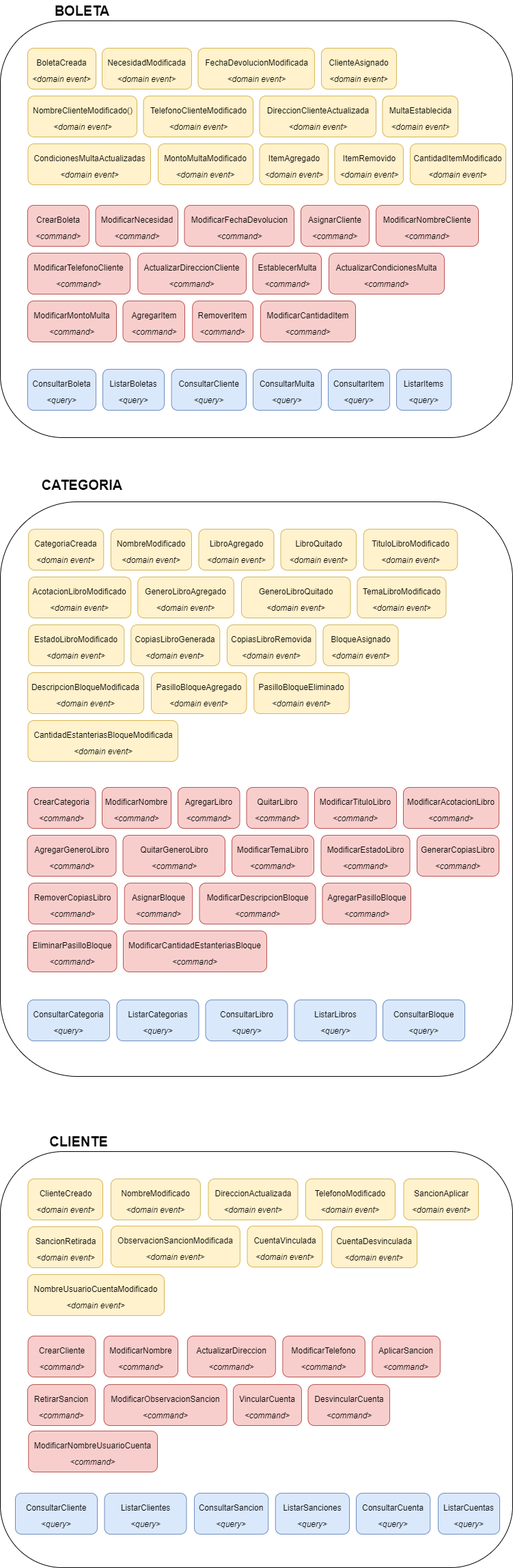
This is Diagrama-Eventos de dominio.png from kitorosano/SOFKA_RetoDDD, a draw.io export, as it was before one commit. Source tidied: cells renumbered, new cells last; positions are measured from the earlier drawing's top-left corner, leaving out a move shared by most shapes.
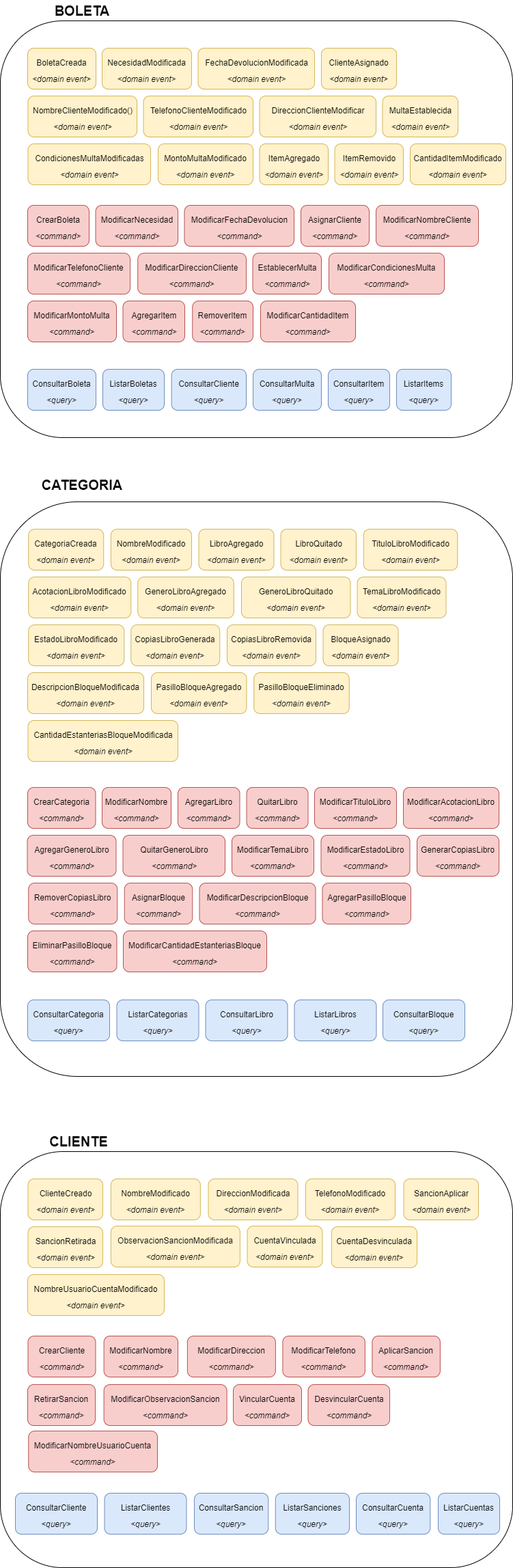
Above is the later version.

Change to the diagram source:
```diff
@@ -26,10 +26,10 @@
     <mxCell id="9" value="&lt;font style=&quot;font-size: 12px&quot;&gt;TelefonoClienteModificado&lt;br&gt;&lt;i&gt;&amp;lt;domain event&amp;gt;&lt;/i&gt;&lt;br&gt;&lt;/font&gt;" style="rounded=1;whiteSpace=wrap;html=1;fontSize=20;fillColor=#fff2cc;strokeColor=#d6b656;" parent="1" vertex="1">
       <mxGeometry x="209.5" y="140" width="160.5" height="60" as="geometry" />
     </mxCell>
-    <mxCell id="10" value="&lt;font style=&quot;font-size: 12px&quot;&gt;DireccionClienteActualizada&lt;br&gt;&lt;i&gt;&amp;lt;domain event&amp;gt;&lt;/i&gt;&lt;br&gt;&lt;/font&gt;" style="rounded=1;whiteSpace=wrap;html=1;fontSize=20;fillColor=#fff2cc;strokeColor=#d6b656;" parent="1" vertex="1">
+    <mxCell id="10" value="&lt;font style=&quot;font-size: 12px&quot;&gt;DireccionClienteModificar&lt;br&gt;&lt;i&gt;&amp;lt;domain event&amp;gt;&lt;/i&gt;&lt;br&gt;&lt;/font&gt;" style="rounded=1;whiteSpace=wrap;html=1;fontSize=20;fillColor=#fff2cc;strokeColor=#d6b656;" parent="1" vertex="1">
       <mxGeometry x="379.5" y="140" width="170.5" height="60" as="geometry" />
     </mxCell>
-    <mxCell id="11" value="&lt;font style=&quot;font-size: 12px&quot;&gt;CondicionesMultaActualizadas&lt;br&gt;&lt;i&gt;&amp;lt;domain event&amp;gt;&lt;/i&gt;&lt;br&gt;&lt;/font&gt;" style="rounded=1;whiteSpace=wrap;html=1;fontSize=20;fillColor=#fff2cc;strokeColor=#d6b656;" parent="1" vertex="1">
+    <mxCell id="11" value="&lt;font style=&quot;font-size: 12px&quot;&gt;CondicionesMultaModificadas&lt;br&gt;&lt;i&gt;&amp;lt;domain event&amp;gt;&lt;/i&gt;&lt;br&gt;&lt;/font&gt;" style="rounded=1;whiteSpace=wrap;html=1;fontSize=20;fillColor=#fff2cc;strokeColor=#d6b656;" parent="1" vertex="1">
       <mxGeometry x="40.5" y="210" width="179.5" height="60" as="geometry" />
     </mxCell>
     <mxCell id="12" value="&lt;font style=&quot;font-size: 12px&quot;&gt;MontoMultaModificado&lt;br&gt;&lt;i&gt;&amp;lt;domain event&amp;gt;&lt;/i&gt;&lt;br&gt;&lt;/font&gt;" style="rounded=1;whiteSpace=wrap;html=1;fontSize=20;fillColor=#fff2cc;strokeColor=#d6b656;" parent="1" vertex="1">
@@ -62,13 +62,13 @@
     <mxCell id="21" value="&lt;font style=&quot;font-size: 12px&quot;&gt;ModificarTelefonoCliente&lt;br&gt;&lt;i&gt;&amp;lt;command&amp;gt;&lt;/i&gt;&lt;br&gt;&lt;/font&gt;" style="rounded=1;whiteSpace=wrap;html=1;fontSize=20;fillColor=#f8cecc;strokeColor=#b85450;" parent="1" vertex="1">
       <mxGeometry x="40" y="370" width="150" height="60" as="geometry" />
     </mxCell>
-    <mxCell id="22" value="&lt;font style=&quot;font-size: 12px&quot;&gt;ActualizarDireccionCliente&lt;br&gt;&lt;i&gt;&amp;lt;command&amp;gt;&lt;/i&gt;&lt;br&gt;&lt;/font&gt;" style="rounded=1;whiteSpace=wrap;html=1;fontSize=20;fillColor=#f8cecc;strokeColor=#b85450;" parent="1" vertex="1">
+    <mxCell id="22" value="&lt;font style=&quot;font-size: 12px&quot;&gt;ModificarDireccionCliente&lt;br&gt;&lt;i&gt;&amp;lt;command&amp;gt;&lt;/i&gt;&lt;br&gt;&lt;/font&gt;" style="rounded=1;whiteSpace=wrap;html=1;fontSize=20;fillColor=#f8cecc;strokeColor=#b85450;" parent="1" vertex="1">
       <mxGeometry x="201.2" y="370" width="158.8" height="60" as="geometry" />
     </mxCell>
     <mxCell id="23" value="&lt;font style=&quot;font-size: 12px&quot;&gt;EstablecerMulta&lt;br&gt;&lt;i&gt;&amp;lt;command&amp;gt;&lt;/i&gt;&lt;br&gt;&lt;/font&gt;" style="rounded=1;whiteSpace=wrap;html=1;fontSize=20;fillColor=#f8cecc;strokeColor=#b85450;" parent="1" vertex="1">
       <mxGeometry x="369.5" y="370" width="100.5" height="60" as="geometry" />
     </mxCell>
-    <mxCell id="24" value="&lt;font style=&quot;font-size: 12px&quot;&gt;ActualizarCondicionesMulta&lt;br&gt;&lt;i&gt;&amp;lt;command&amp;gt;&lt;/i&gt;&lt;br&gt;&lt;/font&gt;" style="rounded=1;whiteSpace=wrap;html=1;fontSize=20;fillColor=#f8cecc;strokeColor=#b85450;" parent="1" vertex="1">
+    <mxCell id="24" value="&lt;font style=&quot;font-size: 12px&quot;&gt;ModificarCondicionesMulta&lt;br&gt;&lt;i&gt;&amp;lt;command&amp;gt;&lt;/i&gt;&lt;br&gt;&lt;/font&gt;" style="rounded=1;whiteSpace=wrap;html=1;fontSize=20;fillColor=#f8cecc;strokeColor=#b85450;" parent="1" vertex="1">
       <mxGeometry x="481" y="370" width="169" height="60" as="geometry" />
     </mxCell>
     <mxCell id="25" value="&lt;font style=&quot;font-size: 12px&quot;&gt;ModificarMontoMulta&lt;br&gt;&lt;i&gt;&amp;lt;command&amp;gt;&lt;/i&gt;&lt;br&gt;&lt;/font&gt;" style="rounded=1;whiteSpace=wrap;html=1;fontSize=20;fillColor=#f8cecc;strokeColor=#b85450;" parent="1" vertex="1">
@@ -194,7 +194,7 @@
     <mxCell id="65" value="&lt;font style=&quot;font-size: 12px&quot;&gt;SancionAplicar&lt;br&gt;&lt;i&gt;&amp;lt;domain event&amp;gt;&lt;/i&gt;&lt;br&gt;&lt;/font&gt;" style="rounded=1;whiteSpace=wrap;html=1;fontSize=20;fillColor=#fff2cc;strokeColor=#d6b656;" parent="1" vertex="1">
       <mxGeometry x="590.5" y="1725" width="109.5" height="60" as="geometry" />
     </mxCell>
-    <mxCell id="66" value="&lt;font style=&quot;font-size: 12px&quot;&gt;ActualizarDireccion&lt;br&gt;&lt;i&gt;&amp;lt;command&amp;gt;&lt;/i&gt;&lt;br&gt;&lt;/font&gt;" style="rounded=1;whiteSpace=wrap;html=1;fontSize=20;fillColor=#f8cecc;strokeColor=#b85450;" parent="1" vertex="1">
+    <mxCell id="66" value="&lt;font style=&quot;font-size: 12px&quot;&gt;ModificarDireccion&lt;br&gt;&lt;i&gt;&amp;lt;command&amp;gt;&lt;/i&gt;&lt;br&gt;&lt;/font&gt;" style="rounded=1;whiteSpace=wrap;html=1;fontSize=20;fillColor=#f8cecc;strokeColor=#b85450;" parent="1" vertex="1">
       <mxGeometry x="273.9" y="1955" width="129" height="60" as="geometry" />
     </mxCell>
     <mxCell id="67" value="&lt;font style=&quot;font-size: 12px&quot;&gt;ModificarTelefono&lt;br&gt;&lt;i&gt;&amp;lt;command&amp;gt;&lt;/i&gt;&lt;br&gt;&lt;/font&gt;" style="rounded=1;whiteSpace=wrap;html=1;fontSize=20;fillColor=#f8cecc;strokeColor=#b85450;" parent="1" vertex="1">
@@ -233,7 +233,7 @@
     <mxCell id="78" value="&lt;font style=&quot;font-size: 12px&quot;&gt;ObservacionSancionModificada&lt;br&gt;&lt;i&gt;&amp;lt;domain event&amp;gt;&lt;/i&gt;&lt;br&gt;&lt;/font&gt;" style="rounded=1;whiteSpace=wrap;html=1;fontSize=20;fillColor=#fff2cc;strokeColor=#d6b656;" parent="1" vertex="1">
       <mxGeometry x="161.9" y="1794" width="189" height="60" as="geometry" />
     </mxCell>
-    <mxCell id="79" value="&lt;font style=&quot;font-size: 12px&quot;&gt;DireccionActualizada&lt;br&gt;&lt;i&gt;&amp;lt;domain event&amp;gt;&lt;/i&gt;&lt;br&gt;&lt;/font&gt;" style="rounded=1;whiteSpace=wrap;html=1;fontSize=20;fillColor=#fff2cc;strokeColor=#d6b656;" parent="1" vertex="1">
+    <mxCell id="79" value="&lt;font style=&quot;font-size: 12px&quot;&gt;DireccionModificada&lt;br&gt;&lt;i&gt;&amp;lt;domain event&amp;gt;&lt;/i&gt;&lt;br&gt;&lt;/font&gt;" style="rounded=1;whiteSpace=wrap;html=1;fontSize=20;fillColor=#fff2cc;strokeColor=#d6b656;" parent="1" vertex="1">
       <mxGeometry x="304.5" y="1725" width="131" height="60" as="geometry" />
     </mxCell>
     <mxCell id="80" value="&lt;font style=&quot;font-size: 12px&quot;&gt;TelefonoModificado&lt;br&gt;&lt;i&gt;&amp;lt;domain event&amp;gt;&lt;/i&gt;&lt;br&gt;&lt;/font&gt;" style="rounded=1;whiteSpace=wrap;html=1;fontSize=20;fillColor=#fff2cc;strokeColor=#d6b656;" parent="1" vertex="1">
```
